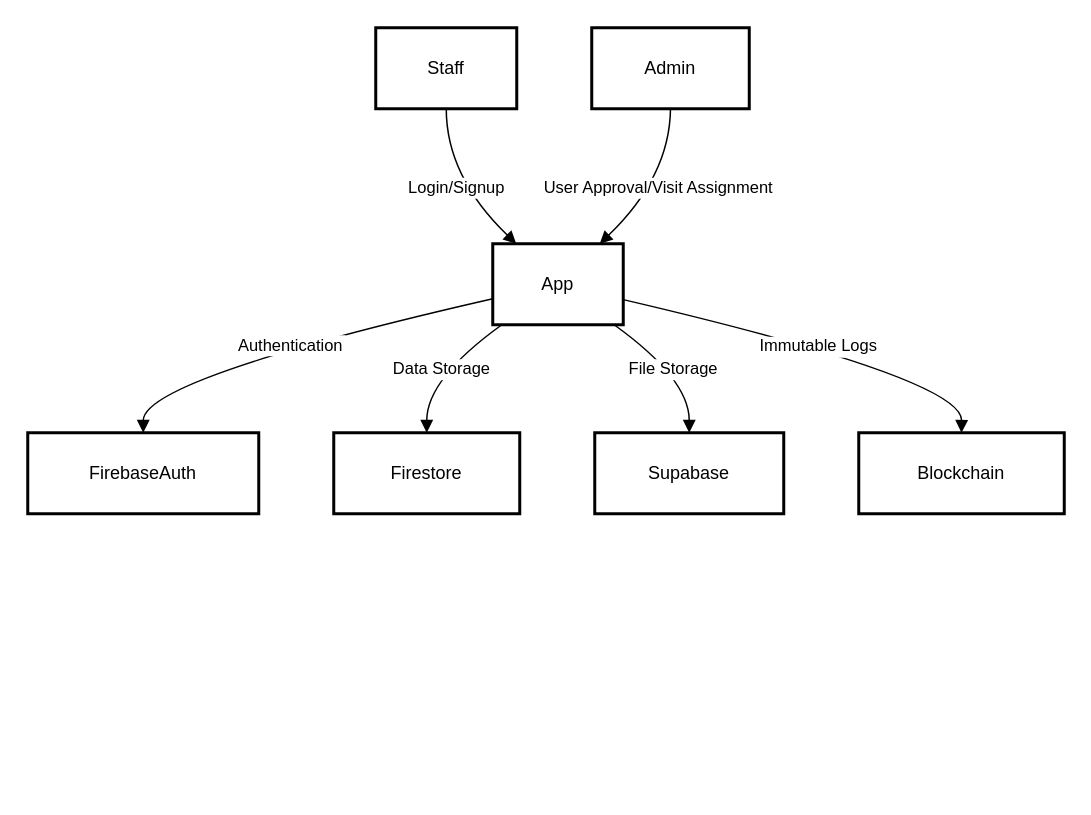
Above: Untitled Diagram.drawio in Prasannav-105/Smart-gov (draw.io), before the change. Source tidied: cells renumbered, new cells numbered last; positions are measured from the earlier drawing's top-left corner, leaving out a move shared by most shapes. Both pictures are drawn from the tidied source at 150%, with x=0, y=0 at pixel (27, 27).
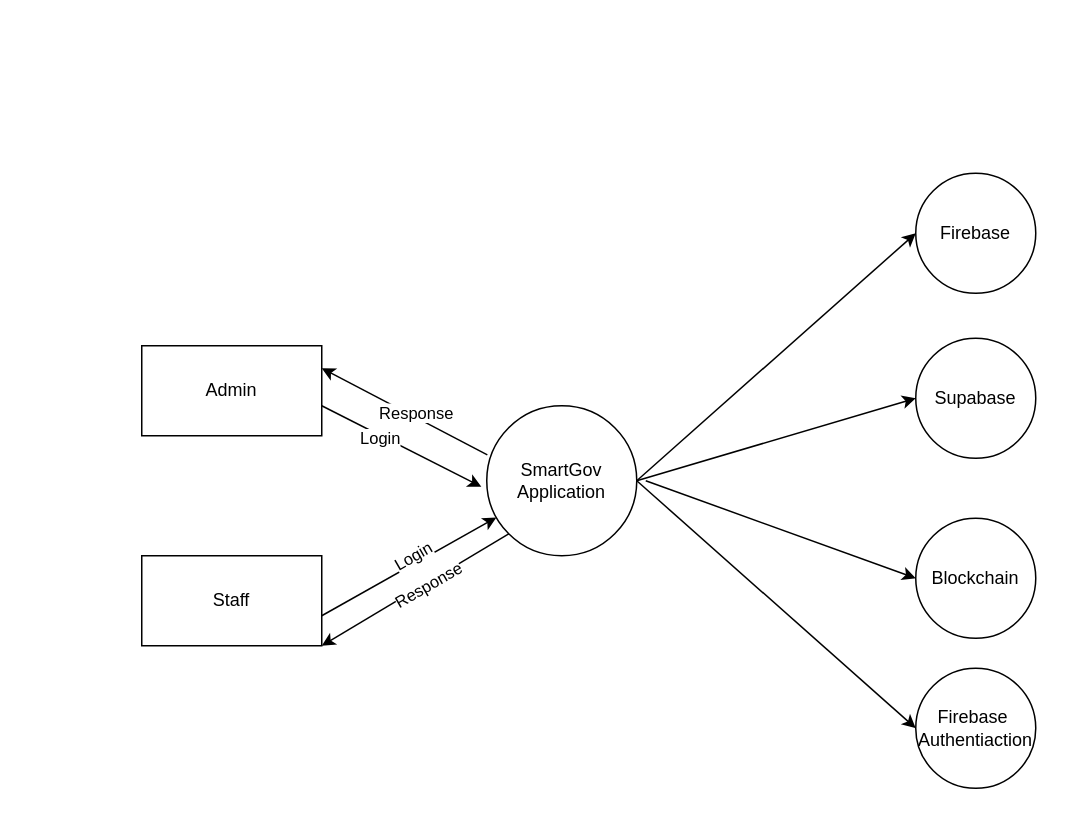
Above is the later version.

The edit, as a diff of the source:
```diff
@@
+    <mxCell id="4" value="Admin" style="rounded=0;whiteSpace=wrap;html=1;" parent="1" vertex="1">
+      <mxGeometry x="76" y="212" width="120" height="60" as="geometry" />
+    </mxCell>
-    <mxCell id="2" value="Staff" style="whiteSpace=wrap;strokeWidth=2;" parent="1" vertex="1">
-      <mxGeometry x="232" width="94" height="54" as="geometry" />
+    <mxCell id="2" value="Staff" style="rounded=0;whiteSpace=wrap;html=1;" parent="1" vertex="1">
+      <mxGeometry x="76" y="352" width="120" height="60" as="geometry" />
     </mxCell>
-    <mxCell id="3" value="App" style="whiteSpace=wrap;strokeWidth=2;" parent="1" vertex="1">
-      <mxGeometry x="310" y="144" width="87" height="54" as="geometry" />
-    </mxCell>
-    <mxCell id="4" value="Admin" style="whiteSpace=wrap;strokeWidth=2;" parent="1" vertex="1">
-      <mxGeometry x="376" width="105" height="54" as="geometry" />
-    </mxCell>
-    <mxCell id="5" value="FirebaseAuth" style="whiteSpace=wrap;strokeWidth=2;" parent="1" vertex="1">
-      <mxGeometry y="270" width="154" height="54" as="geometry" />
-    </mxCell>
-    <mxCell id="6" value="Firestore" style="whiteSpace=wrap;strokeWidth=2;" parent="1" vertex="1">
-      <mxGeometry x="204" y="270" width="124" height="54" as="geometry" />
-    </mxCell>
+    <mxCell id="15" value="SmartGov Application" style="ellipse;whiteSpace=wrap;html=1;" parent="1" vertex="1">
+      <mxGeometry x="306" y="252" width="100" height="100" as="geometry" />
+    </mxCell>
+    <mxCell id="16" style="endArrow=classic;html=1;rounded=0;exitX=1;exitY=0.5;exitDx=0;exitDy=0;entryX=-0.036;entryY=0.44;entryDx=0;entryDy=0;entryPerimeter=0;" parent="1" edge="1">
+      <mxGeometry relative="1" as="geometry">
+        <mxPoint x="196" y="252" as="sourcePoint" />
+        <mxPoint x="302.4" y="306" as="targetPoint" />
+      </mxGeometry>
+    </mxCell>
+    <mxCell id="17" value="Login" style="edgeLabel;html=1;align=center;verticalAlign=middle;" parent="16" vertex="1">
+      <mxGeometry x="-0.26" y="-2" relative="1" as="geometry" />
+    </mxCell>
+    <mxCell id="18" style="endArrow=classic;html=1;rounded=0;exitX=0.004;exitY=0.328;exitDx=0;exitDy=0;exitPerimeter=0;entryX=1;entryY=0.25;entryDx=0;entryDy=0;" parent="1" edge="1" source="15" target="4">
+      <mxGeometry relative="1" as="geometry" />
+    </mxCell>
+    <mxCell id="19" value="Response" style="edgeLabel;html=1;align=center;verticalAlign=middle;" parent="18" vertex="1">
+      <mxGeometry x="-0.1" y="-3" relative="1" as="geometry" />
+    </mxCell>
+    <mxCell id="20" style="endArrow=classic;html=1;rounded=0;" parent="1" edge="1" target="15">
+      <mxGeometry relative="1" as="geometry">
+        <mxPoint x="196" y="392" as="sourcePoint" />
+      </mxGeometry>
+    </mxCell>
+    <mxCell id="21" value="Login" style="edgeLabel;html=1;align=center;verticalAlign=middle;rotation=-30;" parent="20" vertex="1">
+      <mxGeometry x="0.13" y="3" relative="1" as="geometry">
+        <mxPoint x="-4" as="offset" />
+      </mxGeometry>
+    </mxCell>
+    <mxCell id="22" style="endArrow=classic;html=1;rounded=0;entryX=1;entryY=1;entryDx=0;entryDy=0;exitX=0;exitY=1;exitDx=0;exitDy=0;" parent="1" edge="1" source="15" target="2">
+      <mxGeometry relative="1" as="geometry" />
+    </mxCell>
+    <mxCell id="23" value="Response" style="edgeLabel;html=1;align=center;verticalAlign=middle;rotation=-30;" parent="22" vertex="1">
+      <mxGeometry x="-0.36" y="-3" relative="1" as="geometry">
+        <mxPoint x="-13" y="13" as="offset" />
+      </mxGeometry>
+    </mxCell>
+    <mxCell id="24" value="Firebase" style="ellipse;whiteSpace=wrap;html=1;" parent="1" vertex="1">
+      <mxGeometry x="592" y="97" width="80" height="80" as="geometry" />
+    </mxCell>
-    <mxCell id="7" value="Supabase" style="whiteSpace=wrap;strokeWidth=2;" parent="1" vertex="1">
-      <mxGeometry x="378" y="270" width="126" height="54" as="geometry" />
+    <mxCell id="7" value="Supabase" style="ellipse;whiteSpace=wrap;html=1;" parent="1" vertex="1">
+      <mxGeometry x="592" y="207" width="80" height="80" as="geometry" />
     </mxCell>
-    <mxCell id="8" value="Blockchain" style="whiteSpace=wrap;strokeWidth=2;" parent="1" vertex="1">
-      <mxGeometry x="554" y="270" width="137" height="54" as="geometry" />
+    <mxCell id="8" value="Blockchain" style="ellipse;whiteSpace=wrap;html=1;" parent="1" vertex="1">
+      <mxGeometry x="592" y="327" width="80" height="80" as="geometry" />
     </mxCell>
-    <mxCell id="9" value="Login/Signup" style="curved=1;startArrow=none;endArrow=block;exitX=0.5;exitY=1;entryX=0.18;entryY=0;" parent="1" edge="1" source="2" target="3">
-      <mxGeometry relative="1" as="geometry">
-        <Array as="points">
-          <mxPoint x="279" y="99" />
-        </Array>
-      </mxGeometry>
-    </mxCell>
-    <mxCell id="10" value="User Approval/Visit Assignment" style="curved=1;startArrow=none;endArrow=block;exitX=0.5;exitY=1;entryX=0.82;entryY=0;" parent="1" edge="1" source="4" target="3">
-      <mxGeometry relative="1" as="geometry">
-        <Array as="points">
-          <mxPoint x="428" y="99" />
-        </Array>
-      </mxGeometry>
-    </mxCell>
-    <mxCell id="11" value="Authentication" style="curved=1;startArrow=none;endArrow=block;exitX=0;exitY=0.68;entryX=0.5;entryY=0.01;" parent="1" edge="1" source="3" target="5">
-      <mxGeometry relative="1" as="geometry">
-        <Array as="points">
-          <mxPoint x="77" y="234" />
-        </Array>
-      </mxGeometry>
-    </mxCell>
-    <mxCell id="12" value="Data Storage" style="curved=1;startArrow=none;endArrow=block;exitX=0.07;exitY=1;entryX=0.5;entryY=0.01;" parent="1" edge="1" source="3" target="6">
-      <mxGeometry relative="1" as="geometry">
-        <Array as="points">
-          <mxPoint x="266" y="234" />
-        </Array>
-      </mxGeometry>
-    </mxCell>
-    <mxCell id="13" value="File Storage" style="curved=1;startArrow=none;endArrow=block;exitX=0.93;exitY=1;entryX=0.5;entryY=0.01;" parent="1" edge="1" source="3" target="7">
-      <mxGeometry relative="1" as="geometry">
-        <Array as="points">
-          <mxPoint x="441" y="234" />
-        </Array>
-      </mxGeometry>
-    </mxCell>
-    <mxCell id="14" value="Immutable Logs" style="curved=1;startArrow=none;endArrow=block;exitX=1;exitY=0.69;entryX=0.5;entryY=0.01;" parent="1" edge="1" source="3" target="8">
-      <mxGeometry relative="1" as="geometry">
-        <Array as="points">
-          <mxPoint x="623" y="234" />
-        </Array>
-      </mxGeometry>
-    </mxCell>
+    <mxCell id="25" value="Firebase&amp;nbsp;&lt;div&gt;Authentiaction&lt;/div&gt;" style="ellipse;whiteSpace=wrap;html=1;" parent="1" vertex="1">
+      <mxGeometry x="592" y="427" width="80" height="80" as="geometry" />
+    </mxCell>
+    <mxCell id="26" style="endArrow=classic;html=1;rounded=0;exitX=1;exitY=0.5;exitDx=0;exitDy=0;entryX=0;entryY=0.5;entryDx=0;entryDy=0;" parent="1" edge="1" source="15" target="24">
+      <mxGeometry relative="1" as="geometry" />
+    </mxCell>
+    <mxCell id="27" style="endArrow=classic;html=1;rounded=0;exitX=1;exitY=0.5;exitDx=0;exitDy=0;entryX=0;entryY=0.5;entryDx=0;entryDy=0;" parent="1" edge="1" source="15" target="7">
+      <mxGeometry relative="1" as="geometry" />
+    </mxCell>
+    <mxCell id="28" style="endArrow=classic;html=1;rounded=0;entryX=0;entryY=0.5;entryDx=0;entryDy=0;" parent="1" edge="1" target="8">
+      <mxGeometry relative="1" as="geometry">
+        <mxPoint x="412" y="302" as="sourcePoint" />
+      </mxGeometry>
+    </mxCell>
+    <mxCell id="29" style="endArrow=classic;html=1;rounded=0;exitX=1;exitY=0.5;exitDx=0;exitDy=0;entryX=0;entryY=0.5;entryDx=0;entryDy=0;" parent="1" edge="1" source="15" target="25">
+      <mxGeometry relative="1" as="geometry" />
+    </mxCell>
```
